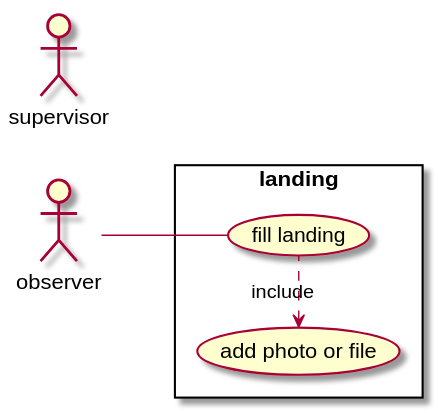
Before: dist/use-case/collect/landing-uc.svg, a diagram exported from PlantUML (sumaris-net/sumaris-doc). The source it was exported from:
```plantuml
@startuml
left to right direction
skinparam packageStyle rectangle

actor observer
actor supervisor

rectangle landing {
  observer -- (fill landing)
  (add photo or file) <. (fill landing) : include
}
@enduml
```
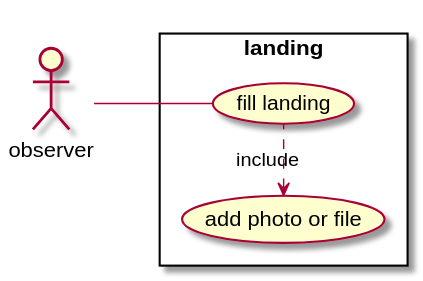
Later version of the same file.

What changed in the source:
```diff
@@ -3,7 +3,6 @@
 skinparam packageStyle rectangle
 
 actor observer
-actor supervisor
 
 rectangle landing {
   observer -- (fill landing)
```
